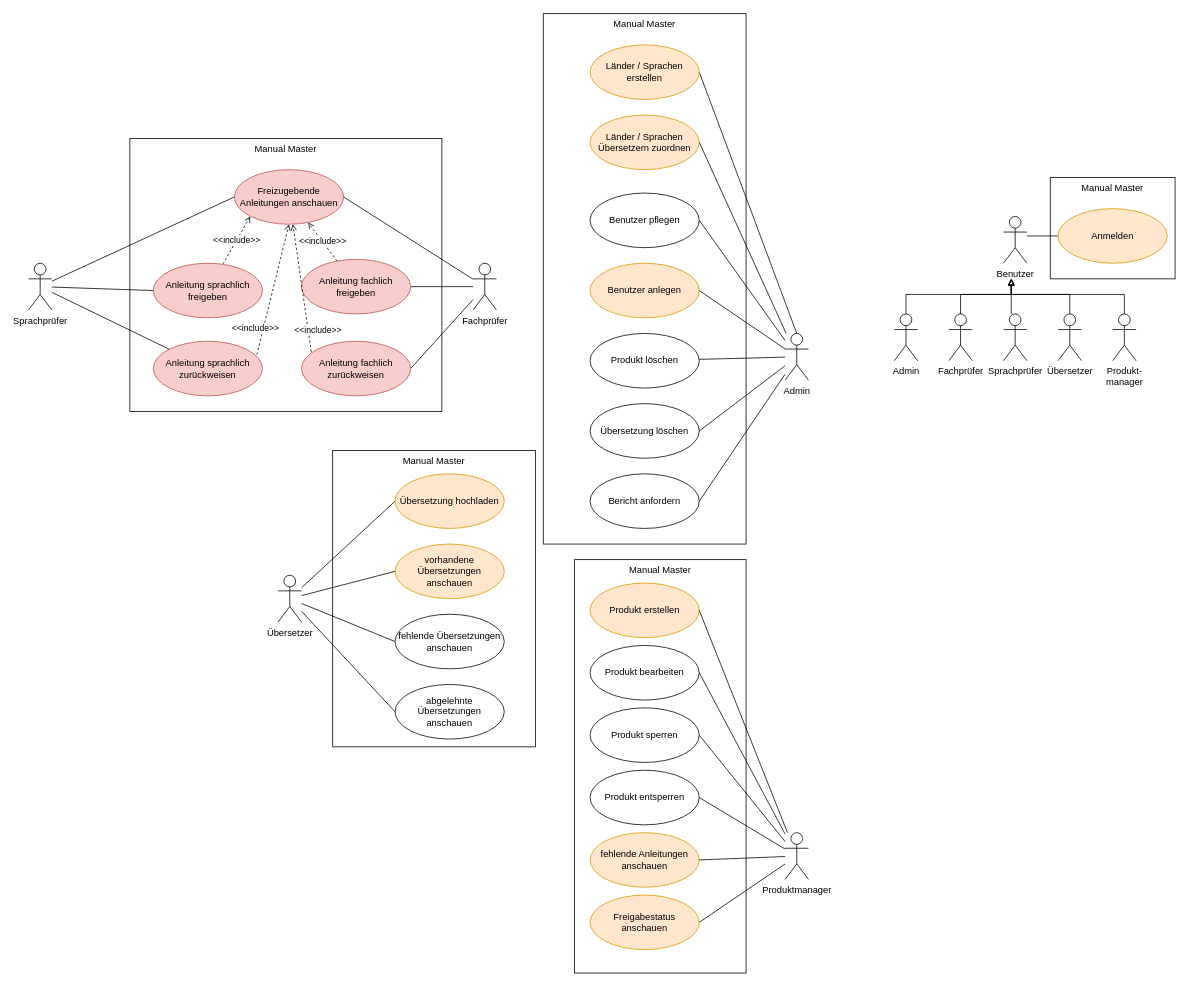
This is Anleitung_UseCase.drawio from Schubert-Tom/Manual-Master, a draw.io file, before an edit. Source tidied: cells renumbered, new cells numbered last; positions are measured from the earlier drawing's top-left corner, leaving out a move shared by most shapes. Both pictures are drawn from the tidied source at 78%, with x=0, y=0 at pixel (28, 13).
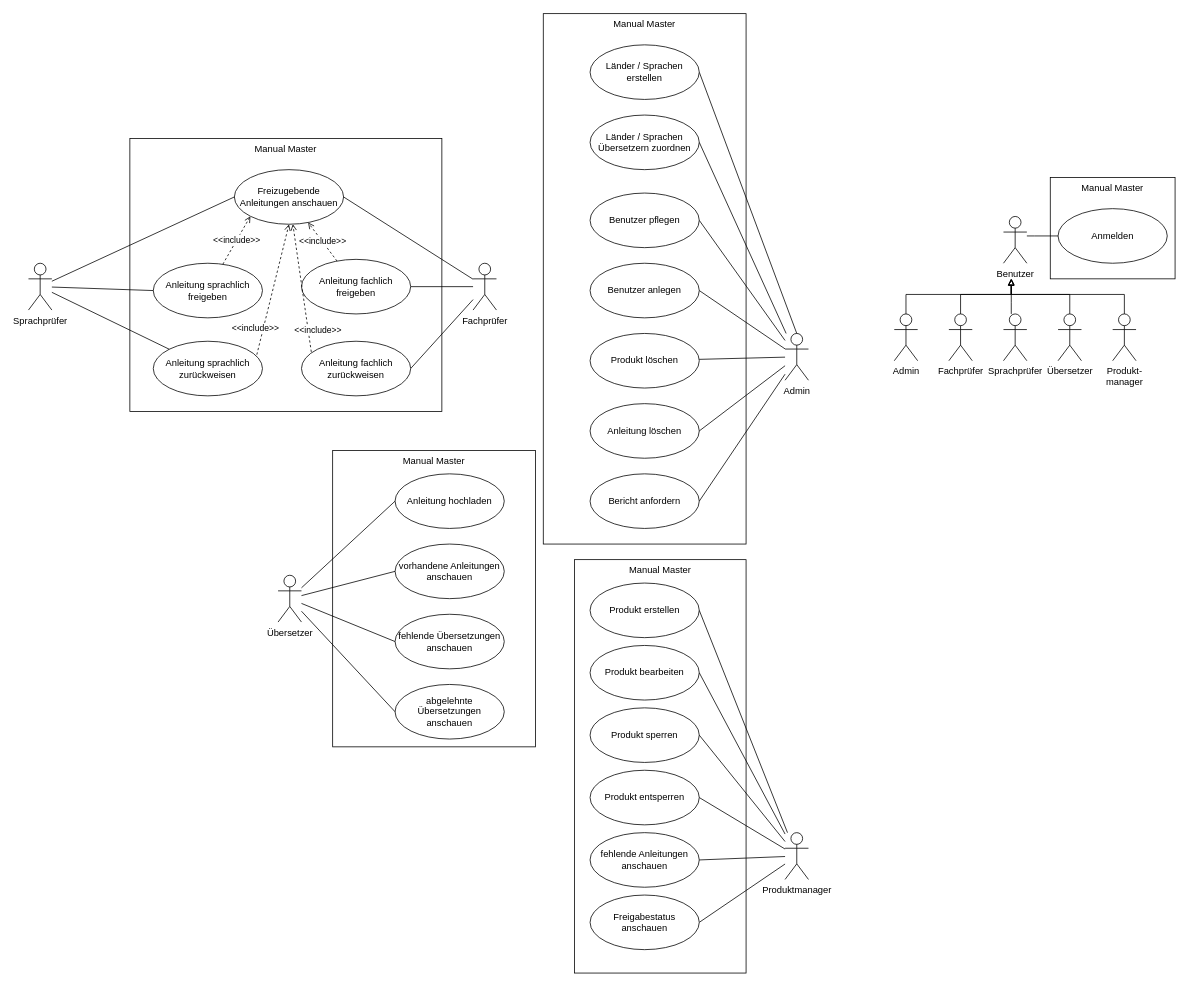
The same page after the edit.

Diff of the diagram source:
```diff
@@
-    <mxCell id="7" value="Länder / Sprachen Übersetzern zuordnen" style="ellipse;whiteSpace=wrap;html=1;fillColor=#ffe6cc;strokeColor=#d79b00;" parent="1" vertex="1">
+    <mxCell id="7" value="Länder / Sprachen Übersetzern zuordnen" style="ellipse;whiteSpace=wrap;html=1;" parent="1" vertex="1">
       <mxGeometry x="720" y="130" width="140" height="70" as="geometry" />
     </mxCell>
-    <mxCell id="8" value="fehlende Anleitungen anschauen" style="ellipse;whiteSpace=wrap;html=1;fillColor=#ffe6cc;strokeColor=#d79b00;" parent="1" vertex="1">
+    <mxCell id="8" value="fehlende Anleitungen anschauen" style="ellipse;whiteSpace=wrap;html=1;" parent="1" vertex="1">
       <mxGeometry x="720" y="1050" width="140" height="70" as="geometry" />
     </mxCell>
@@
-    <mxCell id="12" value="Übersetzung löschen" style="ellipse;whiteSpace=wrap;html=1;" parent="1" vertex="1">
+    <mxCell id="12" value="Anleitung löschen" style="ellipse;whiteSpace=wrap;html=1;" parent="1" vertex="1">
       <mxGeometry x="720" y="500" width="140" height="70" as="geometry" />
     </mxCell>
-    <mxCell id="13" value="Übersetzung hochladen" style="ellipse;whiteSpace=wrap;html=1;fillColor=#ffe6cc;strokeColor=#d79b00;" parent="1" vertex="1">
+    <mxCell id="13" value="Anleitung hochladen" style="ellipse;whiteSpace=wrap;html=1;" parent="1" vertex="1">
       <mxGeometry x="470" y="590" width="140" height="70" as="geometry" />
     </mxCell>
-    <mxCell id="14" value="Freizugebende Anleitungen anschauen" style="ellipse;whiteSpace=wrap;html=1;fillColor=#f8cecc;strokeColor=#b85450;" parent="1" vertex="1">
+    <mxCell id="14" value="Freizugebende Anleitungen anschauen" style="ellipse;whiteSpace=wrap;html=1;" parent="1" vertex="1">
       <mxGeometry x="264" y="200" width="140" height="70" as="geometry" />
     </mxCell>
-    <mxCell id="15" value="&amp;lt;&amp;lt;include&amp;gt;&amp;gt;" style="rounded=0;jettySize=auto;html=1;entryX=0;entryY=1;entryDx=0;entryDy=0;strokeColor=#000000;dashed=1;endArrow=open;endFill=0;" parent="1" edge="1" source="16" target="14">
+    <mxCell id="15" value="&amp;lt;&amp;lt;include&amp;gt;&amp;gt;" style="rounded=0;jettySize=auto;html=1;entryX=0;entryY=1;entryDx=0;entryDy=0;dashed=1;endArrow=open;endFill=0;" parent="1" edge="1" source="16" target="14">
       <mxGeometry relative="1" as="geometry" />
     </mxCell>
-    <mxCell id="16" value="Anleitung sprachlich freigeben" style="ellipse;whiteSpace=wrap;html=1;fillColor=#f8cecc;strokeColor=#b85450;" parent="1" vertex="1">
+    <mxCell id="16" value="Anleitung sprachlich freigeben" style="ellipse;whiteSpace=wrap;html=1;" parent="1" vertex="1">
       <mxGeometry x="160" y="320" width="140" height="70" as="geometry" />
     </mxCell>
-    <mxCell id="17" value="&amp;lt;&amp;lt;include&amp;gt;&amp;gt;" style="edgeStyle=none;rounded=0;jettySize=auto;html=1;entryX=0.5;entryY=1;entryDx=0;entryDy=0;dashed=1;endArrow=open;endFill=0;strokeColor=#000000;exitX=0.938;exitY=0.329;exitDx=0;exitDy=0;exitPerimeter=0;" parent="1" edge="1" source="18" target="14">
+    <mxCell id="17" value="&amp;lt;&amp;lt;include&amp;gt;&amp;gt;" style="edgeStyle=none;rounded=0;jettySize=auto;html=1;entryX=0.5;entryY=1;entryDx=0;entryDy=0;dashed=1;endArrow=open;endFill=0;exitX=0.938;exitY=0.329;exitDx=0;exitDy=0;exitPerimeter=0;" parent="1" edge="1" source="18" target="14">
       <mxGeometry x="-0.57" y="10" relative="1" as="geometry" />
     </mxCell>
-    <mxCell id="18" value="Anleitung sprachlich zurückweisen" style="ellipse;whiteSpace=wrap;html=1;fillColor=#f8cecc;strokeColor=#b85450;" parent="1" vertex="1">
+    <mxCell id="18" value="Anleitung sprachlich zurückweisen" style="ellipse;whiteSpace=wrap;html=1;" parent="1" vertex="1">
       <mxGeometry x="160" y="420" width="140" height="70" as="geometry" />
     </mxCell>
-    <mxCell id="19" value="vorhandene Übersetzungen anschauen" style="ellipse;whiteSpace=wrap;html=1;fillColor=#ffe6cc;strokeColor=#d79b00;" parent="1" vertex="1">
+    <mxCell id="19" value="vorhandene Anleitungen anschauen" style="ellipse;whiteSpace=wrap;html=1;" parent="1" vertex="1">
       <mxGeometry x="470" y="680" width="140" height="70" as="geometry" />
     </mxCell>
@@
-    <mxCell id="22" value="Benutzer anlegen" style="ellipse;whiteSpace=wrap;html=1;fillColor=#ffe6cc;strokeColor=#d79b00;" parent="1" vertex="1">
+    <mxCell id="22" value="Benutzer anlegen" style="ellipse;whiteSpace=wrap;html=1;" parent="1" vertex="1">
       <mxGeometry x="720" y="320" width="140" height="70" as="geometry" />
     </mxCell>
@@
-    <mxCell id="26" value="Produkt erstellen" style="ellipse;whiteSpace=wrap;html=1;fillColor=#ffe6cc;strokeColor=#d79b00;" parent="1" vertex="1">
+    <mxCell id="26" value="Produkt erstellen" style="ellipse;whiteSpace=wrap;html=1;" parent="1" vertex="1">
       <mxGeometry x="720" y="730" width="140" height="70" as="geometry" />
     </mxCell>
@@
-    <mxCell id="53" value="Freigabestatus anschauen" style="ellipse;whiteSpace=wrap;html=1;fillColor=#ffe6cc;strokeColor=#d79b00;" parent="1" vertex="1">
+    <mxCell id="53" value="Freigabestatus anschauen" style="ellipse;whiteSpace=wrap;html=1;" parent="1" vertex="1">
       <mxGeometry x="720" y="1130" width="140" height="70" as="geometry" />
     </mxCell>
@@
-    <mxCell id="66" value="Anmelden" style="ellipse;whiteSpace=wrap;html=1;fillColor=#ffe6cc;strokeColor=#d79b00;" parent="1" vertex="1">
+    <mxCell id="66" value="Anmelden" style="ellipse;whiteSpace=wrap;html=1;" parent="1" vertex="1">
       <mxGeometry x="1320" y="250" width="140" height="70" as="geometry" />
     </mxCell>
@@
-    <mxCell id="68" value="&amp;lt;&amp;lt;include&amp;gt;&amp;gt;" style="edgeStyle=none;rounded=0;jettySize=auto;html=1;dashed=1;endArrow=open;endFill=0;strokeColor=#000000;" parent="1" edge="1" source="69" target="14">
+    <mxCell id="68" value="&amp;lt;&amp;lt;include&amp;gt;&amp;gt;" style="edgeStyle=none;rounded=0;jettySize=auto;html=1;dashed=1;endArrow=open;endFill=0;" parent="1" edge="1" source="69" target="14">
       <mxGeometry relative="1" as="geometry" />
     </mxCell>
-    <mxCell id="69" value="Anleitung fachlich freigeben" style="ellipse;whiteSpace=wrap;html=1;fillColor=#f8cecc;strokeColor=#b85450;" parent="1" vertex="1">
+    <mxCell id="69" value="Anleitung fachlich freigeben" style="ellipse;whiteSpace=wrap;html=1;" parent="1" vertex="1">
       <mxGeometry x="350" y="315" width="140" height="70" as="geometry" />
     </mxCell>
-    <mxCell id="70" value="&amp;lt;&amp;lt;include&amp;gt;&amp;gt;" style="edgeStyle=none;rounded=0;jettySize=auto;html=1;dashed=1;endArrow=open;endFill=0;strokeColor=#000000;exitX=0.09;exitY=0.195;exitDx=0;exitDy=0;exitPerimeter=0;" parent="1" edge="1" source="71" target="14">
+    <mxCell id="70" value="&amp;lt;&amp;lt;include&amp;gt;&amp;gt;" style="edgeStyle=none;rounded=0;jettySize=auto;html=1;dashed=1;endArrow=open;endFill=0;exitX=0.09;exitY=0.195;exitDx=0;exitDy=0;exitPerimeter=0;" parent="1" edge="1" source="71" target="14">
       <mxGeometry x="-0.68" y="-12" relative="1" as="geometry" />
     </mxCell>
-    <mxCell id="71" value="Anleitung fachlich zurückweisen" style="ellipse;whiteSpace=wrap;html=1;fillColor=#f8cecc;strokeColor=#b85450;" parent="1" vertex="1">
+    <mxCell id="71" value="Anleitung fachlich zurückweisen" style="ellipse;whiteSpace=wrap;html=1;" parent="1" vertex="1">
       <mxGeometry x="350" y="420" width="140" height="70" as="geometry" />
     </mxCell>
@@
-    <mxCell id="73" value="Länder / Sprachen erstellen" style="ellipse;whiteSpace=wrap;html=1;fillColor=#ffe6cc;strokeColor=#d79b00;" parent="1" vertex="1">
+    <mxCell id="73" value="Länder / Sprachen erstellen" style="ellipse;whiteSpace=wrap;html=1;" parent="1" vertex="1">
       <mxGeometry x="720" y="40" width="140" height="70" as="geometry" />
     </mxCell>
```
